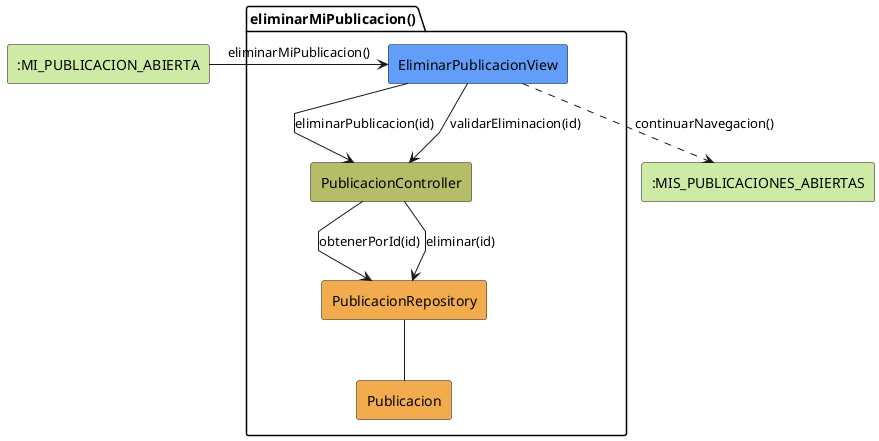
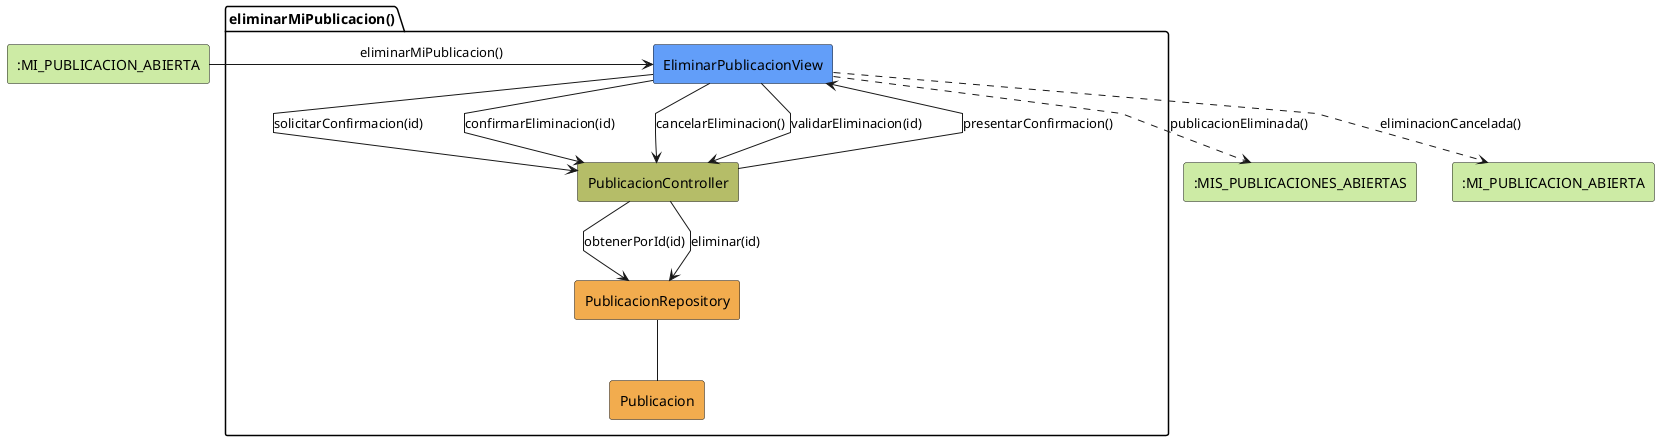
@startuml eliminarMiPublicacion-analisis
skinparam linetype polyline

rectangle #CDEBA5 ":MI_PUBLICACION_ABIERTA" as EstadoEntrada
package eliminarMiPublicacion as "eliminarMiPublicacion()" {
    rectangle #629EF9 EliminarPublicacionView
    rectangle #b5bd68 PublicacionController
    rectangle #F2AC4E PublicacionRepository
    rectangle #F2AC4E Publicacion
}

- rectangle #CDEBA5 ":MIS_PUBLICACIONES_ABIERTAS" as EstadoSalida
+ rectangle #CDEBA5 ":MIS_PUBLICACIONES_ABIERTAS" as EstadoSalidaExitosa
+ rectangle #CDEBA5 ":MI_PUBLICACION_ABIERTA" as EstadoSalidaCancelada


EstadoEntrada -r-> EliminarPublicacionView: eliminarMiPublicacion()

- EliminarPublicacionView -d-> PublicacionController: eliminarPublicacion(id)
+ EliminarPublicacionView -d-> PublicacionController: solicitarConfirmacion(id)
+ PublicacionController --> EliminarPublicacionView: presentarConfirmacion()
+ EliminarPublicacionView --> PublicacionController: confirmarEliminacion(id)
+ EliminarPublicacionView --> PublicacionController: cancelarEliminacion()
EliminarPublicacionView --> PublicacionController: validarEliminacion(id)
PublicacionController --> PublicacionRepository: obtenerPorId(id)
PublicacionController --> PublicacionRepository: eliminar(id)
PublicacionRepository -- Publicacion
- EliminarPublicacionView ..> EstadoSalida: continuarNavegacion()
+ EliminarPublicacionView ..> EstadoSalidaExitosa: publicacionEliminada()
+ EliminarPublicacionView ..> EstadoSalidaCancelada: eliminacionCancelada()


@enduml
